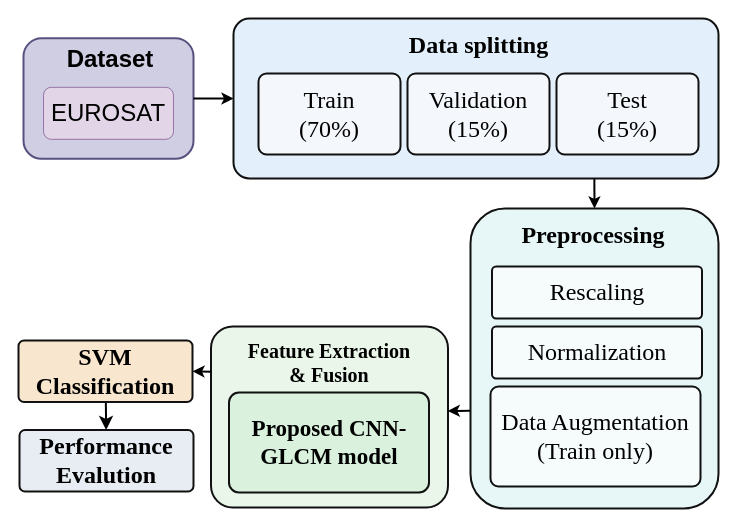
Above: glcm blk.drawio in fac010150-cyber/draw_io (draw.io), before the change. Source tidied: cells renumbered, new cells numbered last; positions are measured from the earlier drawing's top-left corner, leaving out a move shared by most shapes. Both pictures are drawn from the tidied source at 100%, with x=0, y=0 at pixel (18, 18).
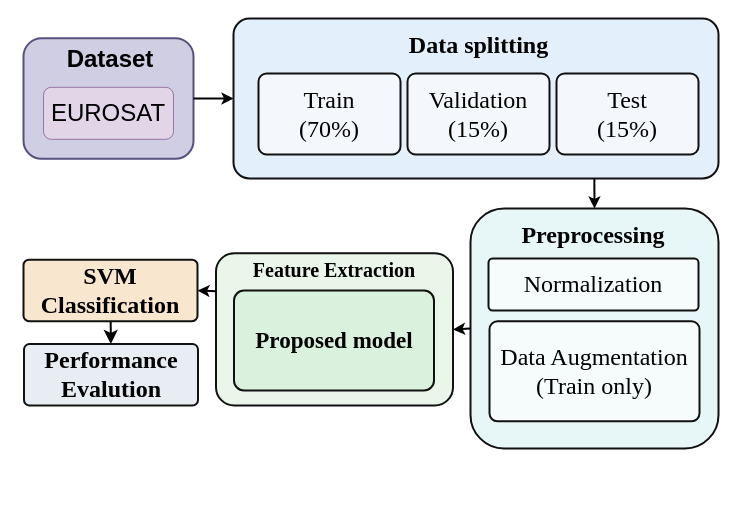
After the change.

The edit, as a diff of the source:
```diff
@@
     <mxCell id="8" style="rounded=1;whiteSpace=wrap;html=1;arcSize=14;fillColor=#E7F7F8;strokeColor=#111111;strokeWidth=2;" parent="1" vertex="1">
-      <mxGeometry x="452" y="190" width="248" height="300" as="geometry" />
+      <mxGeometry x="452" y="190" width="248" height="240" as="geometry" />
     </mxCell>
@@
     <mxCell id="10" value="&lt;div&gt;Data Augmentation&lt;/div&gt;(Train only)" style="rounded=1;whiteSpace=wrap;html=1;arcSize=8;fillColor=#F6FBFC;strokeColor=#111111;strokeWidth=2;fontFamily=Times New Roman;fontSize=24;align=center;verticalAlign=middle;" parent="1" vertex="1">
-      <mxGeometry x="472" y="368" width="210" height="100" as="geometry" />
+      <mxGeometry x="471" y="302.8" width="210" height="100" as="geometry" />
     </mxCell>
-    <mxCell id="11" value="Rescaling" style="rounded=1;whiteSpace=wrap;html=1;arcSize=8;fillColor=#F6FBFC;strokeColor=#111111;strokeWidth=2;fontFamily=Times New Roman;fontSize=24;align=center;verticalAlign=middle;" parent="1" vertex="1">
-      <mxGeometry x="473.5" y="248" width="210" height="52" as="geometry" />
-    </mxCell>
     <mxCell id="12" value="Normalization" style="rounded=1;whiteSpace=wrap;html=1;arcSize=8;fillColor=#F6FBFC;strokeColor=#111111;strokeWidth=2;fontFamily=Times New Roman;fontSize=24;align=center;verticalAlign=middle;" parent="1" vertex="1">
-      <mxGeometry x="473.5" y="308" width="210" height="52" as="geometry" />
+      <mxGeometry x="470" y="240" width="210" height="52" as="geometry" />
     </mxCell>
     <mxCell id="13" style="rounded=1;whiteSpace=wrap;html=1;arcSize=12;fillColor=#EAF6EA;strokeColor=#111111;strokeWidth=2;" parent="1" vertex="1">
-      <mxGeometry x="192.5" y="308" width="237" height="181" as="geometry" />
+      <mxGeometry x="197.5" y="234.8" width="237" height="152.2" as="geometry" />
     </mxCell>
-    <mxCell id="14" value="&lt;div&gt;Feature Extraction&lt;/div&gt;&amp;amp; Fusion" style="text;html=1;strokeColor=none;fillColor=none;align=center;verticalAlign=middle;whiteSpace=wrap;fontFamily=Times New Roman;fontSize=20;fontStyle=1;" parent="1" vertex="1">
-      <mxGeometry x="210.5" y="328" width="200" height="32" as="geometry" />
+    <mxCell id="14" value="&lt;div&gt;Feature Extraction&lt;/div&gt;" style="text;html=1;strokeColor=none;fillColor=none;align=center;verticalAlign=middle;whiteSpace=wrap;fontFamily=Times New Roman;fontSize=20;fontStyle=1;" parent="1" vertex="1">
+      <mxGeometry x="215.5" y="234.8" width="200" height="32" as="geometry" />
     </mxCell>
-    <mxCell id="15" value="&lt;span&gt;Proposed CNN-GLCM model&lt;/span&gt;" style="rounded=1;whiteSpace=wrap;html=1;arcSize=10;fillColor=#DAF1DE;strokeColor=#111111;strokeWidth=2;fontFamily=Times New Roman;fontSize=23;align=center;verticalAlign=middle;fontStyle=1;" parent="1" vertex="1">
-      <mxGeometry x="210.5" y="374" width="200" height="100" as="geometry" />
+    <mxCell id="15" value="&lt;span&gt;Proposed model&lt;/span&gt;" style="rounded=1;whiteSpace=wrap;html=1;arcSize=10;fillColor=#DAF1DE;strokeColor=#111111;strokeWidth=2;fontFamily=Times New Roman;fontSize=23;align=center;verticalAlign=middle;fontStyle=1;" parent="1" vertex="1">
+      <mxGeometry x="215.5" y="272" width="200" height="100" as="geometry" />
     </mxCell>
@@
     <mxCell id="17" value="&lt;div&gt;SVM&lt;/div&gt;&lt;div&gt;Classification&lt;/div&gt;" style="rounded=1;whiteSpace=wrap;html=1;arcSize=9;fillColor=#F8E6CF;strokeColor=#111111;strokeWidth=2;fontFamily=Times New Roman;fontSize=24;align=center;verticalAlign=middle;fontStyle=1;" parent="1" vertex="1">
-      <mxGeometry y="322" width="174" height="61.5" as="geometry" />
+      <mxGeometry x="5" y="241.2" width="174" height="61.5" as="geometry" />
     </mxCell>
     <mxCell id="18" value="Performance&lt;br&gt;Evalution" style="rounded=1;whiteSpace=wrap;html=1;arcSize=9;fillColor=#E8EDF4;strokeColor=#111111;strokeWidth=2;fontFamily=Times New Roman;fontSize=24;align=center;verticalAlign=middle;fontStyle=1;" parent="1" vertex="1">
-      <mxGeometry x="1" y="411.5" width="174" height="61.5" as="geometry" />
+      <mxGeometry x="5.5" y="325.5" width="174" height="61.5" as="geometry" />
     </mxCell>
@@
-    <mxCell id="23" style="edgeStyle=none;jettySize=auto;html=1;rounded=0;exitX=-0.002;exitY=0.674;exitDx=0;exitDy=0;strokeWidth=2;exitPerimeter=0;entryX=0.999;entryY=0.467;entryDx=0;entryDy=0;entryPerimeter=0;" parent="1" edge="1" source="8" target="13">
+    <mxCell id="23" style="edgeStyle=none;jettySize=auto;html=1;rounded=0;exitX=0;exitY=0.5;exitDx=0;exitDy=0;strokeWidth=2;entryX=1;entryY=0.5;entryDx=0;entryDy=0;" parent="1" edge="1" source="8" target="13">
       <mxGeometry relative="1" as="geometry" />
     </mxCell>
```
